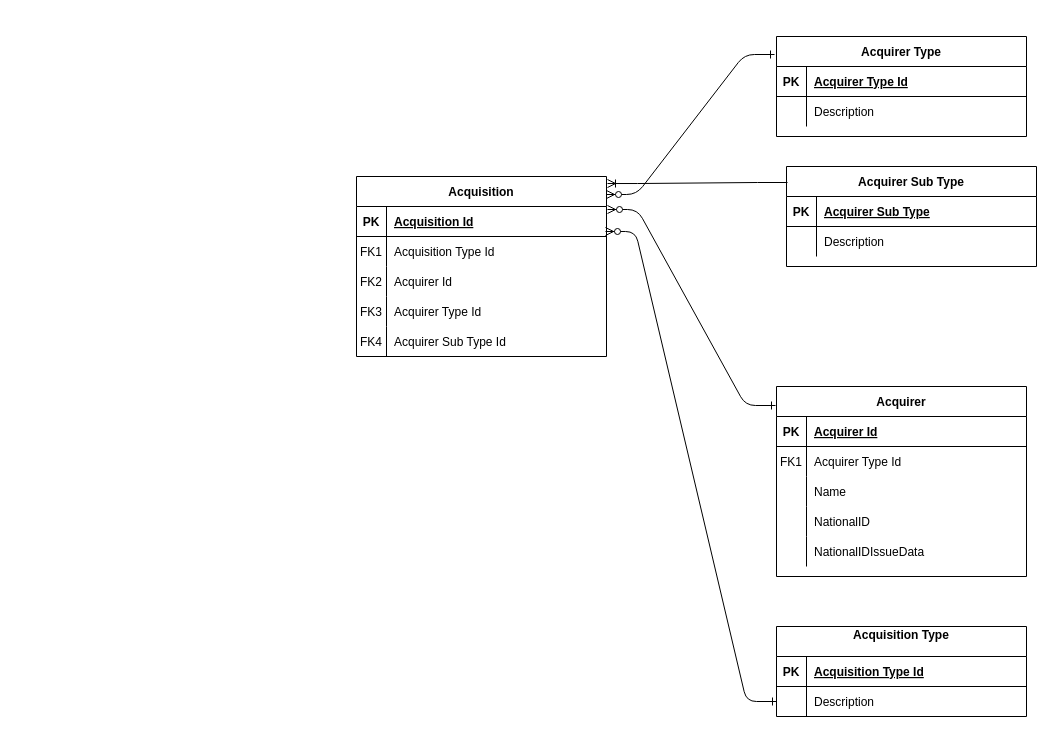
This is GISDB.drawio from Mohamedmtc/Diagrams, a draw.io file, before an edit. Source tidied: cells renumbered, new cells numbered last; positions are measured from the earlier drawing's top-left corner, leaving out a move shared by most shapes. Both pictures are drawn from the tidied source at 100%, with x=0, y=0 at pixel (356, 36).
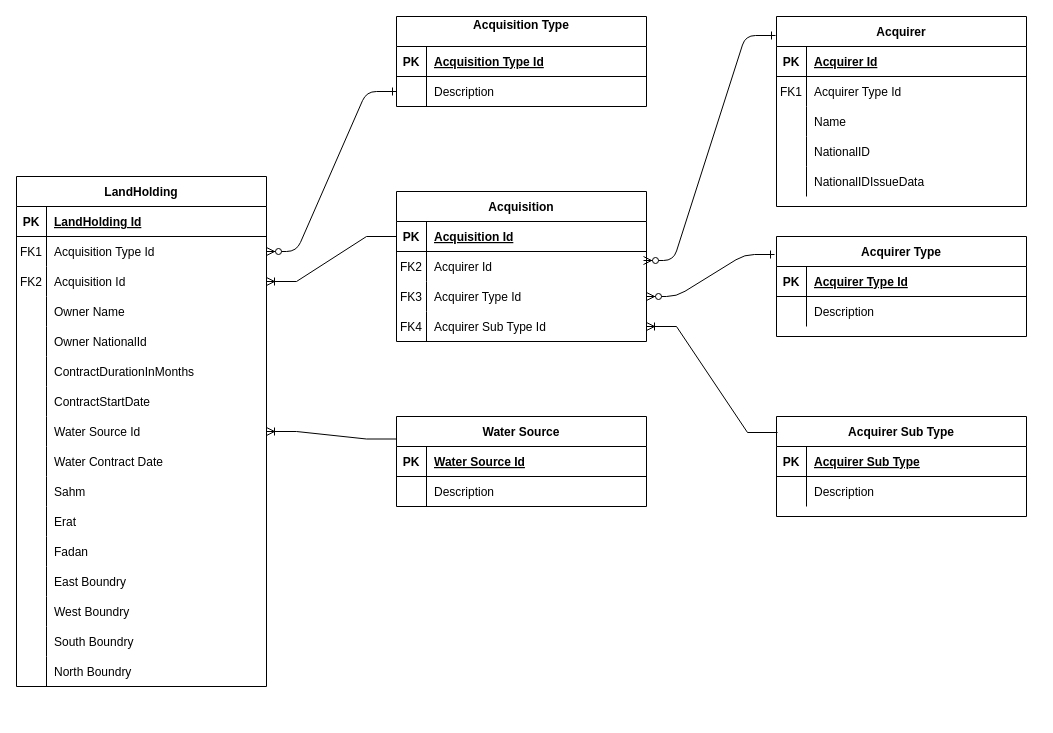
The same diagram, later.

Unchanged cells that the change refers to:
```xml
<mxCell id="8" style="shape=partialRectangle;fillColor=none;points=[[0,0.5],[1,0.5]];portConstraint=eastwest;top=0;left=0;right=0;bottom=0;" parent="4" vertex="1">
  <mxGeometry y="60" width="250" height="30" as="geometry" />
</mxCell>
<mxCell id="28" style="shape=partialRectangle;fillColor=none;points=[[0,0.5],[1,0.5]];portConstraint=eastwest;top=0;left=0;right=0;bottom=1;" parent="27" vertex="1">
  <mxGeometry y="30" width="250" height="30" as="geometry" />
</mxCell>
```

What changed in the source:
```diff
@@
-    <mxCell id="2" style="edgeStyle=entityRelationEdgeStyle;endArrow=ERzeroToMany;startArrow=ERone;endFill=1;startFill=0;exitX=0;exitY=0.5;exitDx=0;exitDy=0;entryX=0.996;entryY=0.833;entryDx=0;entryDy=0;entryPerimeter=0;" parent="1" edge="1" source="8" target="28">
+    <mxCell id="2" style="edgeStyle=entityRelationEdgeStyle;endArrow=ERzeroToMany;startArrow=ERone;endFill=1;startFill=0;exitX=0;exitY=0.5;exitDx=0;exitDy=0;" parent="1" edge="1" source="8" target="65">
       <mxGeometry relative="1" as="geometry">
         <Array as="points">
           <mxPoint x="300" y="240" />
           <mxPoint x="310" y="240" />
           <mxPoint x="310" y="240" />
         </Array>
       </mxGeometry>
     </mxCell>
-    <mxCell id="3" style="edgeStyle=entityRelationEdgeStyle;endArrow=ERzeroToMany;startArrow=ERone;endFill=1;startFill=0;exitX=-0.008;exitY=0.18;exitDx=0;exitDy=0;entryX=1;entryY=0.1;entryDx=0;entryDy=0;entryPerimeter=0;exitPerimeter=0;" parent="1" edge="1" source="43" target="27">
+    <mxCell id="3" style="edgeStyle=entityRelationEdgeStyle;endArrow=ERzeroToMany;startArrow=ERone;endFill=1;startFill=0;exitX=-0.008;exitY=0.18;exitDx=0;exitDy=0;entryX=1;entryY=0.5;entryDx=0;entryDy=0;exitPerimeter=0;" parent="1" edge="1" source="43" target="37">
       <mxGeometry relative="1" as="geometry" />
     </mxCell>
     <mxCell id="4" value="Acquisition Type&#10;" style="shape=table;startSize=30;childLayout=tableLayout;rowLines=0;fontStyle=1;align=center;" parent="1" vertex="1">
-      <mxGeometry x="420" y="590" width="250" height="90" as="geometry" />
+      <mxGeometry x="40" y="-20" width="250" height="90" as="geometry" />
     </mxCell>
@@
     <mxCell id="11" value="Acquirer" style="shape=table;startSize=30;childLayout=tableLayout;rowLines=0;fontStyle=1;align=center;" parent="1" vertex="1">
-      <mxGeometry x="420" y="350" width="250" height="190" as="geometry" />
+      <mxGeometry x="420" y="-20" width="250" height="190" as="geometry" />
     </mxCell>
@@
     <mxCell id="27" value="Acquisition" style="shape=table;startSize=30;childLayout=tableLayout;rowLines=0;fontStyle=1;align=center;" parent="1" vertex="1">
-      <mxGeometry y="140" width="250" height="180" as="geometry" />
+      <mxGeometry x="40" y="155" width="250" height="150" as="geometry" />
     </mxCell>
@@
-    <mxCell id="31" style="shape=partialRectangle;fillColor=none;top=0;left=0;right=0;bottom=0;" parent="27" vertex="1">
-      <mxGeometry y="60" width="250" height="30" as="geometry" />
-    </mxCell>
-    <mxCell id="32" value="FK1" style="shape=partialRectangle;overflow=hidden;fillColor=none;top=0;left=0;bottom=0;right=0;" parent="31" vertex="1">
-      <mxGeometry width="30" height="30" as="geometry" />
-    </mxCell>
-    <mxCell id="33" value="Acquisition Type Id" style="shape=partialRectangle;overflow=hidden;fillColor=none;top=0;left=0;bottom=0;right=0;align=left;spacingLeft=6;" parent="31" vertex="1">
-      <mxGeometry x="30" width="220" height="30" as="geometry" />
-    </mxCell>
-    <mxCell id="34" style="shape=partialRectangle;fillColor=none;points=[[0,0.5],[1,0.5]];portConstraint=eastwest;top=0;left=0;right=0;bottom=0;" parent="27" vertex="1">
-      <mxGeometry y="90" width="250" height="30" as="geometry" />
-    </mxCell>
-    <mxCell id="35" value="FK2" style="shape=partialRectangle;overflow=hidden;fillColor=none;top=0;left=0;bottom=0;right=0;" parent="34" vertex="1">
-      <mxGeometry width="30" height="30" as="geometry" />
-    </mxCell>
+    <mxCell id="59" style="shape=partialRectangle;fillColor=none;points=[[0,0.5],[1,0.5]];portConstraint=eastwest;top=0;left=0;right=0;bottom=0;" parent="27" vertex="1">
+      <mxGeometry y="60" width="250" height="30" as="geometry" />
+    </mxCell>
+    <mxCell id="60" value="FK2" style="shape=partialRectangle;overflow=hidden;fillColor=none;top=0;left=0;bottom=0;right=0;" parent="59" vertex="1">
+      <mxGeometry width="30" height="30" as="geometry" />
+    </mxCell>
-    <mxCell id="36" value="Acquirer Id" style="shape=partialRectangle;overflow=hidden;fillColor=none;top=0;left=0;bottom=0;right=0;align=left;spacingLeft=6;" parent="34" vertex="1">
+    <mxCell id="36" value="Acquirer Id" style="shape=partialRectangle;overflow=hidden;fillColor=none;top=0;left=0;bottom=0;right=0;align=left;spacingLeft=6;" parent="59" vertex="1">
       <mxGeometry x="30" width="220" height="30" as="geometry" />
     </mxCell>
     <mxCell id="37" style="shape=partialRectangle;fillColor=none;points=[[0,0.5],[1,0.5]];portConstraint=eastwest;top=0;left=0;right=0;bottom=0;" parent="27" vertex="1">
-      <mxGeometry y="120" width="250" height="30" as="geometry" />
+      <mxGeometry y="90" width="250" height="30" as="geometry" />
     </mxCell>
@@
     <mxCell id="40" style="shape=partialRectangle;fillColor=none;points=[[0,0.5],[1,0.5]];portConstraint=eastwest;top=0;left=0;right=0;bottom=0;" parent="27" vertex="1">
-      <mxGeometry y="150" width="250" height="30" as="geometry" />
+      <mxGeometry y="120" width="250" height="30" as="geometry" />
     </mxCell>
@@
     <mxCell id="43" value="Acquirer Type" style="shape=table;startSize=30;childLayout=tableLayout;rowLines=0;fontStyle=1;align=center;" parent="1" vertex="1">
-      <mxGeometry x="420" width="250" height="100" as="geometry" />
+      <mxGeometry x="420" y="200" width="250" height="100" as="geometry" />
     </mxCell>
@@
     <mxCell id="50" value="Acquirer Sub Type" style="shape=table;startSize=30;childLayout=tableLayout;rowLines=0;fontStyle=1;align=center;" parent="1" vertex="1">
-      <mxGeometry x="430" y="130" width="250" height="100" as="geometry" />
+      <mxGeometry x="420" y="380" width="250" height="100" as="geometry" />
     </mxCell>
@@
-    <mxCell id="57" style="edgeStyle=entityRelationEdgeStyle;endArrow=ERzeroToMany;startArrow=ERone;endFill=1;startFill=0;exitX=-0.004;exitY=0.1;exitDx=0;exitDy=0;exitPerimeter=0;entryX=1.004;entryY=0.1;entryDx=0;entryDy=0;entryPerimeter=0;" parent="1" edge="1" source="11" target="28">
+    <mxCell id="57" style="edgeStyle=entityRelationEdgeStyle;endArrow=ERzeroToMany;startArrow=ERone;endFill=1;startFill=0;exitX=-0.004;exitY=0.1;exitDx=0;exitDy=0;exitPerimeter=0;entryX=0.988;entryY=0.3;entryDx=0;entryDy=0;entryPerimeter=0;" parent="1" edge="1" source="11" target="59">
       <mxGeometry relative="1" as="geometry">
         <Array as="points">
           <mxPoint x="310" y="250" />
           <mxPoint x="320" y="250" />
+          <mxPoint x="300" y="220" />
           <mxPoint x="320" y="250" />
         </Array>
       </mxGeometry>
     </mxCell>
-    <mxCell id="58" style="edgeStyle=entityRelationEdgeStyle;fontSize=12;html=1;endArrow=ERoneToMany;rounded=0;exitX=0.004;exitY=0.16;exitDx=0;exitDy=0;exitPerimeter=0;entryX=1.004;entryY=0.039;entryDx=0;entryDy=0;entryPerimeter=0;" parent="1" edge="1" source="50" target="27">
+    <mxCell id="58" style="edgeStyle=entityRelationEdgeStyle;fontSize=12;html=1;endArrow=ERoneToMany;rounded=0;exitX=0.004;exitY=0.16;exitDx=0;exitDy=0;exitPerimeter=0;" parent="1" edge="1" source="50" target="40">
       <mxGeometry relative="1" as="geometry" />
     </mxCell>
+    <mxCell id="61" value="LandHolding" style="shape=table;startSize=30;childLayout=tableLayout;rowLines=0;fontStyle=1;align=center;" parent="1" vertex="1">
+      <mxGeometry x="-340" y="140" width="250" height="510" as="geometry" />
+    </mxCell>
+    <mxCell id="62" style="shape=partialRectangle;fillColor=none;top=0;left=0;right=0;bottom=1;" parent="61" vertex="1">
+      <mxGeometry y="30" width="250" height="30" as="geometry" />
+    </mxCell>
+    <mxCell id="63" value="PK" style="shape=partialRectangle;overflow=hidden;fillColor=none;top=0;left=0;bottom=0;right=0;fontStyle=1;" parent="62" vertex="1">
+      <mxGeometry width="30" height="30" as="geometry" />
+    </mxCell>
+    <mxCell id="64" value="LandHolding Id" style="shape=partialRectangle;overflow=hidden;fillColor=none;top=0;left=0;bottom=0;right=0;align=left;spacingLeft=6;fontStyle=5;" parent="62" vertex="1">
+      <mxGeometry x="30" width="220" height="30" as="geometry" />
+    </mxCell>
+    <mxCell id="65" style="shape=partialRectangle;fillColor=none;points=[[0,0.5],[1,0.5]];portConstraint=eastwest;top=0;left=0;right=0;bottom=0;" parent="61" vertex="1">
+      <mxGeometry y="60" width="250" height="30" as="geometry" />
+    </mxCell>
+    <mxCell id="32" value="FK1" style="shape=partialRectangle;overflow=hidden;fillColor=none;top=0;left=0;bottom=0;right=0;" parent="65" vertex="1">
+      <mxGeometry width="30" height="30" as="geometry" />
+    </mxCell>
+    <mxCell id="33" value="Acquisition Type Id" style="shape=partialRectangle;overflow=hidden;fillColor=none;top=0;left=0;bottom=0;right=0;align=left;spacingLeft=6;" parent="65" vertex="1">
+      <mxGeometry x="30" width="220" height="30" as="geometry" />
+    </mxCell>
+    <mxCell id="34" style="shape=partialRectangle;fillColor=none;points=[[0,0.5],[1,0.5]];portConstraint=eastwest;top=0;left=0;right=0;bottom=0;" parent="61" vertex="1">
+      <mxGeometry y="90" width="250" height="30" as="geometry" />
+    </mxCell>
+    <mxCell id="66" value="FK2" style="shape=partialRectangle;overflow=hidden;fillColor=none;top=0;left=0;bottom=0;right=0;" parent="34" vertex="1">
+      <mxGeometry width="30" height="30" as="geometry" />
+    </mxCell>
+    <mxCell id="67" value="Acquisition Id" style="shape=partialRectangle;overflow=hidden;fillColor=none;top=0;left=0;bottom=0;right=0;align=left;spacingLeft=6;" parent="34" vertex="1">
+      <mxGeometry x="30" width="220" height="30" as="geometry" />
+    </mxCell>
+    <mxCell id="68" style="shape=partialRectangle;fillColor=none;top=0;left=0;right=0;bottom=0;" parent="61" vertex="1">
+      <mxGeometry y="120" width="250" height="30" as="geometry" />
+    </mxCell>
+    <mxCell id="69" style="shape=partialRectangle;overflow=hidden;fillColor=none;top=0;left=0;bottom=0;right=0;" parent="68" vertex="1">
+      <mxGeometry width="30" height="30" as="geometry" />
+    </mxCell>
+    <mxCell id="70" value="Owner Name    " style="shape=partialRectangle;overflow=hidden;fillColor=none;top=0;left=0;bottom=0;right=0;align=left;spacingLeft=6;" parent="68" vertex="1">
+      <mxGeometry x="30" width="220" height="30" as="geometry" />
+    </mxCell>
+    <mxCell id="71" style="shape=partialRectangle;fillColor=none;top=0;left=0;right=0;bottom=0;" parent="61" vertex="1">
+      <mxGeometry y="150" width="250" height="30" as="geometry" />
+    </mxCell>
+    <mxCell id="72" style="shape=partialRectangle;overflow=hidden;fillColor=none;top=0;left=0;bottom=0;right=0;" parent="71" vertex="1">
+      <mxGeometry width="30" height="30" as="geometry" />
+    </mxCell>
+    <mxCell id="73" value="Owner NationalId" style="shape=partialRectangle;overflow=hidden;fillColor=none;top=0;left=0;bottom=0;right=0;align=left;spacingLeft=6;" parent="71" vertex="1">
+      <mxGeometry x="30" width="220" height="30" as="geometry" />
+    </mxCell>
+    <mxCell id="74" style="shape=partialRectangle;fillColor=none;top=0;left=0;right=0;bottom=0;" parent="61" vertex="1">
+      <mxGeometry y="180" width="250" height="30" as="geometry" />
+    </mxCell>
+    <mxCell id="75" style="shape=partialRectangle;overflow=hidden;fillColor=none;top=0;left=0;bottom=0;right=0;" parent="74" vertex="1">
+      <mxGeometry width="30" height="30" as="geometry" />
+    </mxCell>
+    <mxCell id="76" value="ContractDurationInMonths    " style="shape=partialRectangle;overflow=hidden;fillColor=none;top=0;left=0;bottom=0;right=0;align=left;spacingLeft=6;" parent="74" vertex="1">
+      <mxGeometry x="30" width="220" height="30" as="geometry" />
+    </mxCell>
+    <mxCell id="77" style="shape=partialRectangle;fillColor=none;top=0;left=0;right=0;bottom=0;" parent="61" vertex="1">
+      <mxGeometry y="210" width="250" height="30" as="geometry" />
+    </mxCell>
+    <mxCell id="78" style="shape=partialRectangle;overflow=hidden;fillColor=none;top=0;left=0;bottom=0;right=0;" parent="77" vertex="1">
+      <mxGeometry width="30" height="30" as="geometry" />
+    </mxCell>
+    <mxCell id="79" value="ContractStartDate" style="shape=partialRectangle;overflow=hidden;fillColor=none;top=0;left=0;bottom=0;right=0;align=left;spacingLeft=6;" parent="77" vertex="1">
+      <mxGeometry x="30" width="220" height="30" as="geometry" />
+    </mxCell>
+    <mxCell id="80" style="shape=partialRectangle;fillColor=none;points=[[0,0.5],[1,0.5]];portConstraint=eastwest;top=0;left=0;right=0;bottom=0;" parent="61" vertex="1">
+      <mxGeometry y="240" width="250" height="30" as="geometry" />
+    </mxCell>
+    <mxCell id="81" style="shape=partialRectangle;overflow=hidden;fillColor=none;top=0;left=0;bottom=0;right=0;" parent="80" vertex="1">
+      <mxGeometry width="30" height="30" as="geometry" />
+    </mxCell>
+    <mxCell id="82" value="Water Source Id" style="shape=partialRectangle;overflow=hidden;fillColor=none;top=0;left=0;bottom=0;right=0;align=left;spacingLeft=6;" parent="80" vertex="1">
+      <mxGeometry x="30" width="220" height="30" as="geometry" />
+    </mxCell>
+    <mxCell id="83" style="shape=partialRectangle;fillColor=none;top=0;left=0;right=0;bottom=0;" parent="61" vertex="1">
+      <mxGeometry y="270" width="250" height="30" as="geometry" />
+    </mxCell>
+    <mxCell id="84" style="shape=partialRectangle;overflow=hidden;fillColor=none;top=0;left=0;bottom=0;right=0;" parent="83" vertex="1">
+      <mxGeometry width="30" height="30" as="geometry" />
+    </mxCell>
+    <mxCell id="85" value="Water Contract Date" style="shape=partialRectangle;overflow=hidden;fillColor=none;top=0;left=0;bottom=0;right=0;align=left;spacingLeft=6;" parent="83" vertex="1">
+      <mxGeometry x="30" width="220" height="30" as="geometry" />
+    </mxCell>
+    <mxCell id="86" style="shape=partialRectangle;fillColor=none;top=0;left=0;right=0;bottom=0;" parent="61" vertex="1">
+      <mxGeometry y="300" width="250" height="30" as="geometry" />
+    </mxCell>
+    <mxCell id="87" style="shape=partialRectangle;overflow=hidden;fillColor=none;top=0;left=0;bottom=0;right=0;" parent="86" vertex="1">
+      <mxGeometry width="30" height="30" as="geometry" />
+    </mxCell>
+    <mxCell id="88" value="Sahm" style="shape=partialRectangle;overflow=hidden;fillColor=none;top=0;left=0;bottom=0;right=0;align=left;spacingLeft=6;" parent="86" vertex="1">
+      <mxGeometry x="30" width="220" height="30" as="geometry" />
+    </mxCell>
+    <mxCell id="89" style="shape=partialRectangle;fillColor=none;top=0;left=0;right=0;bottom=0;" parent="61" vertex="1">
+      <mxGeometry y="330" width="250" height="30" as="geometry" />
+    </mxCell>
+    <mxCell id="90" style="shape=partialRectangle;overflow=hidden;fillColor=none;top=0;left=0;bottom=0;right=0;" parent="89" vertex="1">
+      <mxGeometry width="30" height="30" as="geometry" />
+    </mxCell>
+    <mxCell id="91" value="Erat" style="shape=partialRectangle;overflow=hidden;fillColor=none;top=0;left=0;bottom=0;right=0;align=left;spacingLeft=6;" parent="89" vertex="1">
+      <mxGeometry x="30" width="220" height="30" as="geometry" />
+    </mxCell>
+    <mxCell id="92" style="shape=partialRectangle;fillColor=none;top=0;left=0;right=0;bottom=0;" parent="61" vertex="1">
+      <mxGeometry y="360" width="250" height="30" as="geometry" />
+    </mxCell>
+    <mxCell id="93" style="shape=partialRectangle;overflow=hidden;fillColor=none;top=0;left=0;bottom=0;right=0;" parent="92" vertex="1">
+      <mxGeometry width="30" height="30" as="geometry" />
+    </mxCell>
+    <mxCell id="94" value="Fadan" style="shape=partialRectangle;overflow=hidden;fillColor=none;top=0;left=0;bottom=0;right=0;align=left;spacingLeft=6;" parent="92" vertex="1">
+      <mxGeometry x="30" width="220" height="30" as="geometry" />
+    </mxCell>
+    <mxCell id="95" style="shape=partialRectangle;fillColor=none;top=0;left=0;right=0;bottom=0;" parent="61" vertex="1">
+      <mxGeometry y="390" width="250" height="30" as="geometry" />
+    </mxCell>
+    <mxCell id="96" style="shape=partialRectangle;overflow=hidden;fillColor=none;top=0;left=0;bottom=0;right=0;" parent="95" vertex="1">
+      <mxGeometry width="30" height="30" as="geometry" />
+    </mxCell>
+    <mxCell id="97" value="East Boundry" style="shape=partialRectangle;overflow=hidden;fillColor=none;top=0;left=0;bottom=0;right=0;align=left;spacingLeft=6;" parent="95" vertex="1">
+      <mxGeometry x="30" width="220" height="30" as="geometry" />
+    </mxCell>
+    <mxCell id="98" style="shape=partialRectangle;fillColor=none;top=0;left=0;right=0;bottom=0;" parent="61" vertex="1">
+      <mxGeometry y="420" width="250" height="30" as="geometry" />
+    </mxCell>
+    <mxCell id="99" style="shape=partialRectangle;overflow=hidden;fillColor=none;top=0;left=0;bottom=0;right=0;" parent="98" vertex="1">
+      <mxGeometry width="30" height="30" as="geometry" />
+    </mxCell>
+    <mxCell id="100" value="West Boundry" style="shape=partialRectangle;overflow=hidden;fillColor=none;top=0;left=0;bottom=0;right=0;align=left;spacingLeft=6;" parent="98" vertex="1">
+      <mxGeometry x="30" width="220" height="30" as="geometry" />
+    </mxCell>
+    <mxCell id="101" style="shape=partialRectangle;fillColor=none;top=0;left=0;right=0;bottom=0;" parent="61" vertex="1">
+      <mxGeometry y="450" width="250" height="30" as="geometry" />
+    </mxCell>
+    <mxCell id="102" style="shape=partialRectangle;overflow=hidden;fillColor=none;top=0;left=0;bottom=0;right=0;" parent="101" vertex="1">
+      <mxGeometry width="30" height="30" as="geometry" />
+    </mxCell>
+    <mxCell id="103" value="South Boundry" style="shape=partialRectangle;overflow=hidden;fillColor=none;top=0;left=0;bottom=0;right=0;align=left;spacingLeft=6;" parent="101" vertex="1">
+      <mxGeometry x="30" width="220" height="30" as="geometry" />
+    </mxCell>
+    <mxCell id="104" style="shape=partialRectangle;fillColor=none;top=0;left=0;right=0;bottom=0;" parent="61" vertex="1">
+      <mxGeometry y="480" width="250" height="30" as="geometry" />
+    </mxCell>
+    <mxCell id="105" style="shape=partialRectangle;overflow=hidden;fillColor=none;top=0;left=0;bottom=0;right=0;" parent="104" vertex="1">
+      <mxGeometry width="30" height="30" as="geometry" />
+    </mxCell>
+    <mxCell id="106" value="North Boundry" style="shape=partialRectangle;overflow=hidden;fillColor=none;top=0;left=0;bottom=0;right=0;align=left;spacingLeft=6;" parent="104" vertex="1">
+      <mxGeometry x="30" width="220" height="30" as="geometry" />
+    </mxCell>
+    <mxCell id="107" style="edgeStyle=entityRelationEdgeStyle;fontSize=12;html=1;endArrow=ERoneToMany;rounded=0;exitX=0;exitY=0.5;exitDx=0;exitDy=0;" parent="1" edge="1" source="28" target="34">
+      <mxGeometry relative="1" as="geometry" />
+    </mxCell>
+    <mxCell id="108" value="Water Source" style="shape=table;startSize=30;childLayout=tableLayout;rowLines=0;fontStyle=1;align=center;" parent="1" vertex="1">
+      <mxGeometry x="40" y="380" width="250" height="90" as="geometry" />
+    </mxCell>
+    <mxCell id="109" style="shape=partialRectangle;fillColor=none;top=0;left=0;right=0;bottom=1;" parent="108" vertex="1">
+      <mxGeometry y="30" width="250" height="30" as="geometry" />
+    </mxCell>
+    <mxCell id="110" value="PK" style="shape=partialRectangle;overflow=hidden;fillColor=none;top=0;left=0;bottom=0;right=0;fontStyle=1;" parent="109" vertex="1">
+      <mxGeometry width="30" height="30" as="geometry" />
+    </mxCell>
+    <mxCell id="111" value="Water Source Id" style="shape=partialRectangle;overflow=hidden;fillColor=none;top=0;left=0;bottom=0;right=0;align=left;spacingLeft=6;fontStyle=5;" parent="109" vertex="1">
+      <mxGeometry x="30" width="220" height="30" as="geometry" />
+    </mxCell>
+    <mxCell id="112" style="shape=partialRectangle;fillColor=none;top=0;left=0;right=0;bottom=0;" parent="108" vertex="1">
+      <mxGeometry y="60" width="250" height="30" as="geometry" />
+    </mxCell>
+    <mxCell id="113" style="shape=partialRectangle;overflow=hidden;fillColor=none;top=0;left=0;bottom=0;right=0;" parent="112" vertex="1">
+      <mxGeometry width="30" height="30" as="geometry" />
+    </mxCell>
+    <mxCell id="114" value="Description" style="shape=partialRectangle;overflow=hidden;fillColor=none;top=0;left=0;bottom=0;right=0;align=left;spacingLeft=6;" parent="112" vertex="1">
+      <mxGeometry x="30" width="220" height="30" as="geometry" />
+    </mxCell>
+    <mxCell id="115" style="edgeStyle=entityRelationEdgeStyle;fontSize=12;html=1;endArrow=ERoneToMany;rounded=0;exitX=0;exitY=0.25;exitDx=0;exitDy=0;" parent="1" edge="1" source="108" target="80">
+      <mxGeometry relative="1" as="geometry" />
+    </mxCell>
```
